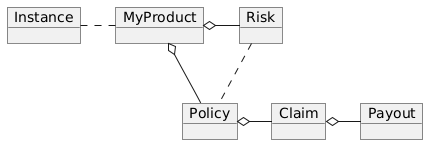
The PlantUML diagram docs/modules/ROOT/images/product-er.png in etherisc/gif-next, before a commit.
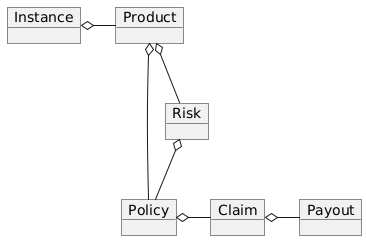
Later version of the same file.

Commit message:
update product er diagram, add description for policy expiry and closure

Diff of the diagram source:
```diff
@@ -1,18 +1,17 @@
 @startuml
 object Instance
-object MyProduct
+object Product
 
 object Risk
 object Policy
 object Claim
 object Payout
 
-Instance . MyProduct
+Instance o- Product
 
-MyProduct o- Risk
-MyProduct o-- Policy
-
-Risk .. Policy
+Product o-- Risk
+Product o-- Policy
+Risk o-- Policy
 
 Policy o- Claim
 Claim o- Payout
```
